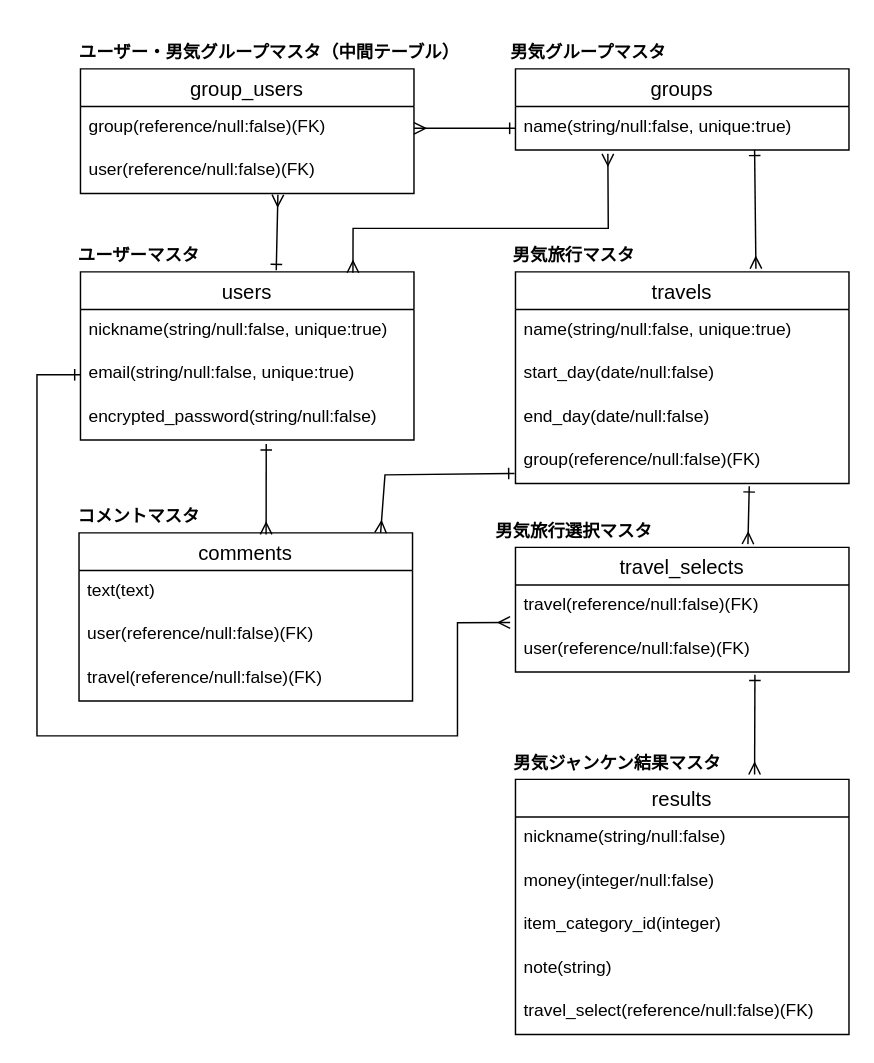
Shira3yuriharu/otokogi-janken-app keeps this draw.io diagram as ER.dio. Above is the earlier version. Source tidied: cells renumbered, new cells numbered last; positions are measured from the earlier drawing's top-left corner, leaving out a move shared by most shapes. Both pictures are drawn from the tidied source at 145%, with x=0, y=0 at pixel (36, 25).
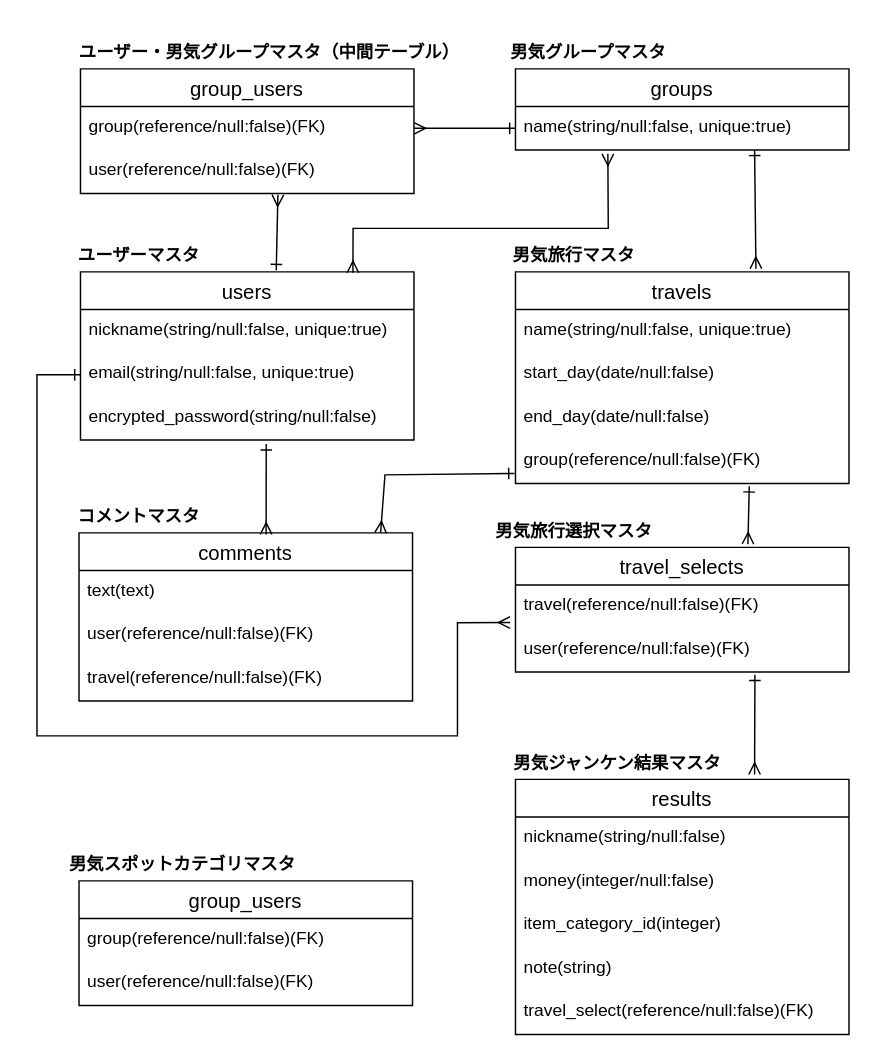
After the change.

Change to the diagram source:
```diff
@@
+    <mxCell id="45" value="group_users" style="swimlane;fontStyle=0;horizontal=1;startSize=26;align=center;fontSize=14;" parent="1" vertex="1">
+      <mxGeometry x="29" y="590" width="230" height="86" as="geometry" />
+    </mxCell>
+    <mxCell id="46" value="group(reference/null:false)(FK)" style="text;strokeColor=none;fillColor=none;spacingLeft=4;spacingRight=4;overflow=hidden;fontSize=12;" parent="45" vertex="1">
+      <mxGeometry y="26" width="230" height="30" as="geometry" />
+    </mxCell>
+    <mxCell id="47" value="user(reference/null:false)(FK)" style="text;strokeColor=none;fillColor=none;spacingLeft=4;spacingRight=4;overflow=hidden;fontSize=12;" parent="45" vertex="1">
+      <mxGeometry y="56" width="230" height="30" as="geometry" />
+    </mxCell>
+    <mxCell id="48" value="&lt;font style=&quot;font-size: 12px&quot;&gt;男気スポットカテゴリマスタ&lt;/font&gt;" style="text;strokeColor=none;fillColor=none;html=1;fontSize=24;fontStyle=1;verticalAlign=middle;align=center;" parent="1" vertex="1">
+      <mxGeometry x="50" y="560" width="100" height="30" as="geometry" />
+    </mxCell>
```
